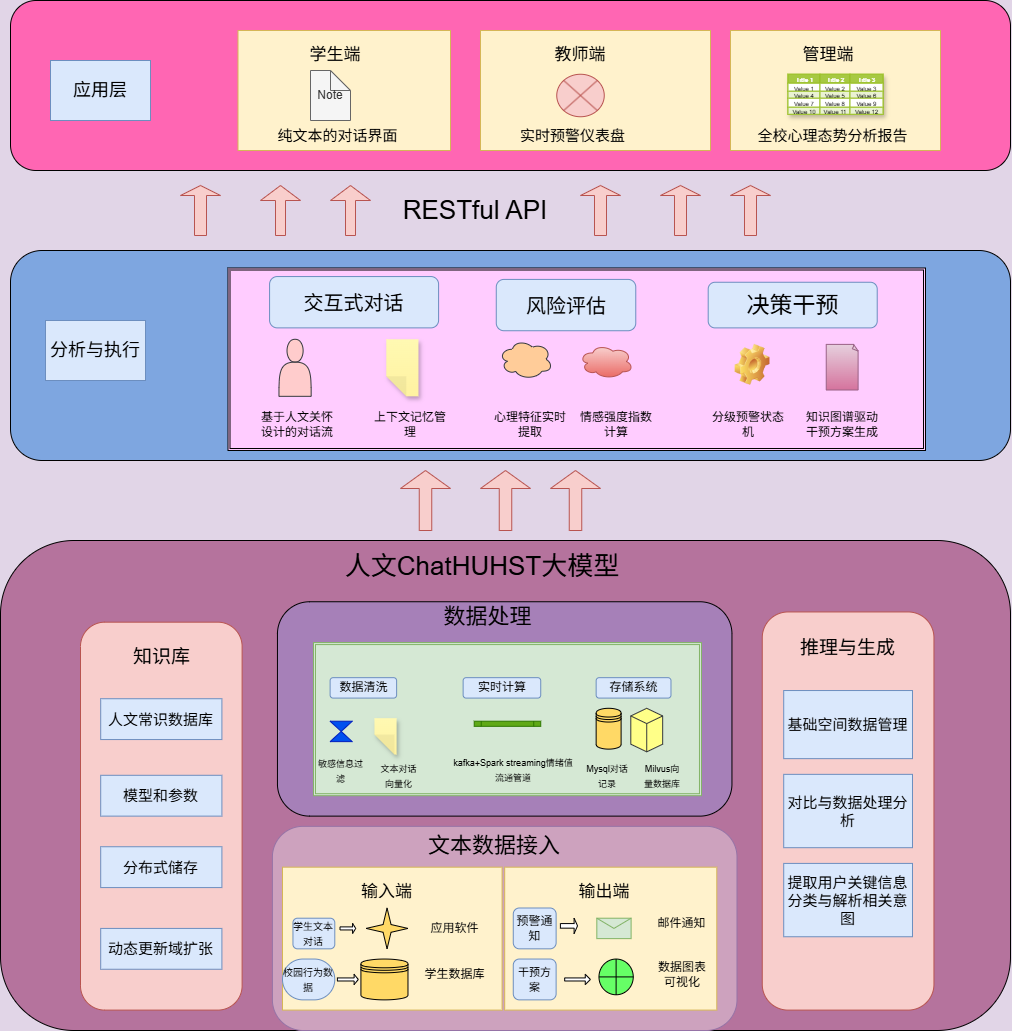
Above: 人文心语通.drawio.png in abbb45678/test (draw.io), before the change. Source tidied: cells renumbered, new cells last; positions are measured from the earlier drawing's top-left corner, leaving out a move shared by most shapes.
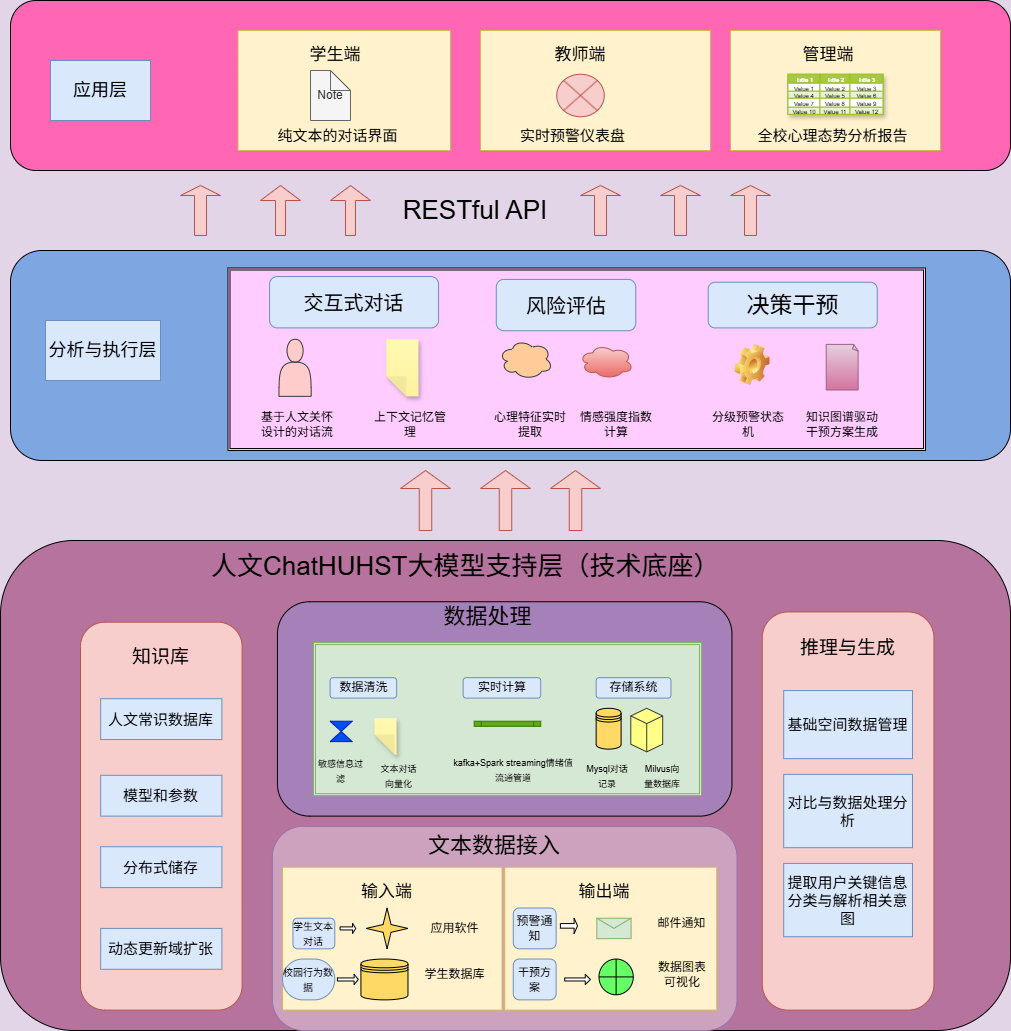
Above is the later version.

Commit message:
更新人文心语通.drawio.png

Diff of the diagram source:
```diff
@@ -299,8 +299,8 @@
     <mxCell id="100" value="&lt;font style=&quot;font-size: 15px;&quot;&gt;提取用户关键信息分类与解析相关意图&lt;/font&gt;" style="rounded=0;whiteSpace=wrap;html=1;fillColor=#dae8fc;strokeColor=#6c8ebf;" parent="95" vertex="1">
       <mxGeometry x="21.5" y="251.4" width="128.8" height="73.3" as="geometry" />
     </mxCell>
-    <mxCell id="101" value="&lt;span style=&quot;font-size: 26px;&quot;&gt;人文ChatHUHST大模型&lt;/span&gt;" style="text;html=1;align=center;verticalAlign=middle;whiteSpace=wrap;rounded=0;" parent="42" vertex="1">
-      <mxGeometry x="338.3" y="10.2" width="287.8" height="30.6" as="geometry" />
+    <mxCell id="101" value="&lt;span style=&quot;font-size: 26px;&quot;&gt;人文ChatHUHST大模型支持层（技术底座）&lt;/span&gt;" style="text;html=1;align=center;verticalAlign=middle;whiteSpace=wrap;rounded=0;" parent="42" vertex="1">
+      <mxGeometry x="210" y="10.2" width="510" height="30.6" as="geometry" />
     </mxCell>
     <mxCell id="102" style="shape=singleArrow;direction=north;whiteSpace=wrap;html=1;arrowWidth=0.2500011444091683;arrowSize=0.3000006103515625;fillColor=#f8cecc;strokeColor=#b85450;" parent="1" vertex="1">
       <mxGeometry x="480" y="470" width="50" height="60" as="geometry" />
@@ -317,8 +317,8 @@
     <mxCell id="106" style="rounded=1;whiteSpace=wrap;html=1;fillColor=#7EA6E0;" parent="105" vertex="1">
       <mxGeometry width="1000" height="210" as="geometry" />
     </mxCell>
-    <mxCell id="107" value="&lt;font style=&quot;font-size: 18px;&quot;&gt;分析与执行&lt;/font&gt;" style="whiteSpace=wrap;html=1;fillColor=#dae8fc;strokeColor=#6c8ebf;" parent="105" vertex="1">
-      <mxGeometry x="35" y="70" width="100" height="60" as="geometry" />
+    <mxCell id="107" value="&lt;font style=&quot;font-size: 18px;&quot;&gt;分析与执行层&lt;/font&gt;" style="whiteSpace=wrap;html=1;fillColor=#dae8fc;strokeColor=#6c8ebf;" parent="105" vertex="1">
+      <mxGeometry x="35" y="70" width="115" height="60" as="geometry" />
     </mxCell>
     <mxCell id="108" style="group;" parent="105" vertex="1">
       <mxGeometry x="217.5" y="17.5" width="697.5" height="182.5" as="geometry" />
```
